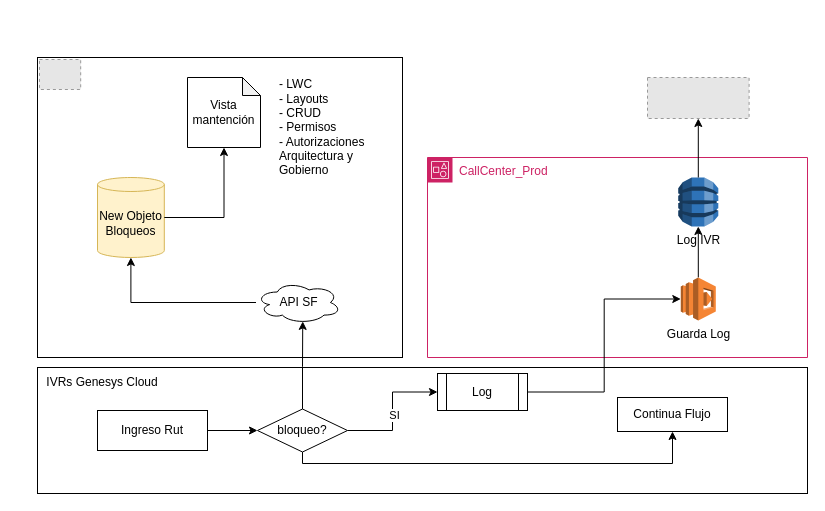
Above: page "SalesForce" (2 of 3) of Alternativas Bloqueo IVR.drawio in nonate/Desafio_1 (draw.io), before the change. Source tidied: cells renumbered, new cells numbered last; positions are measured from the earlier drawing's top-left corner, leaving out a move shared by most shapes. Both pictures are drawn from the tidied source at 100%, with x=0, y=0 at pixel (17, 57). Pictures stored in the file or linked from it are replaced by grey dashed boxes.
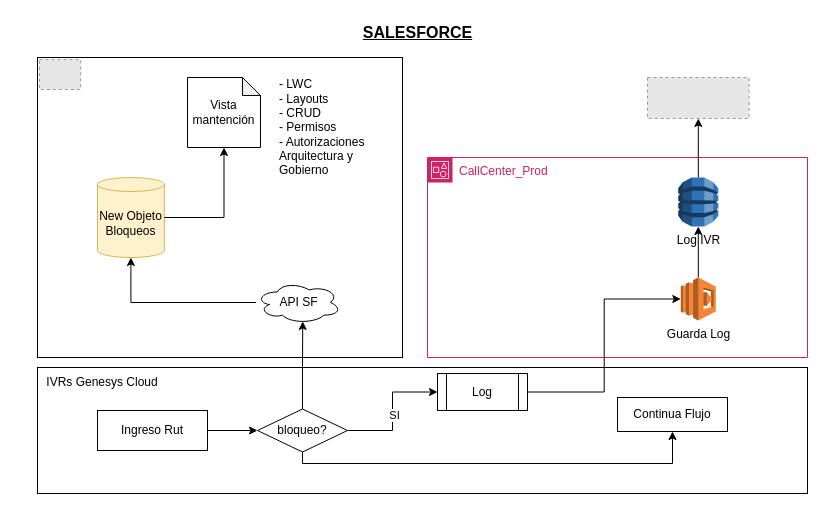
The same page after the edit.

The edit, as a diff of the source:
```diff
@@
+    <mxCell id="29" value="&lt;b&gt;&lt;u&gt;SALESFORCE&lt;/u&gt;&lt;/b&gt;" style="text;html=1;strokeColor=none;fillColor=none;align=center;verticalAlign=middle;whiteSpace=wrap;rounded=0;fontSize=16;" parent="1" vertex="1">
+      <mxGeometry x="360" y="-40" width="81" height="30" as="geometry" />
+    </mxCell>
```
